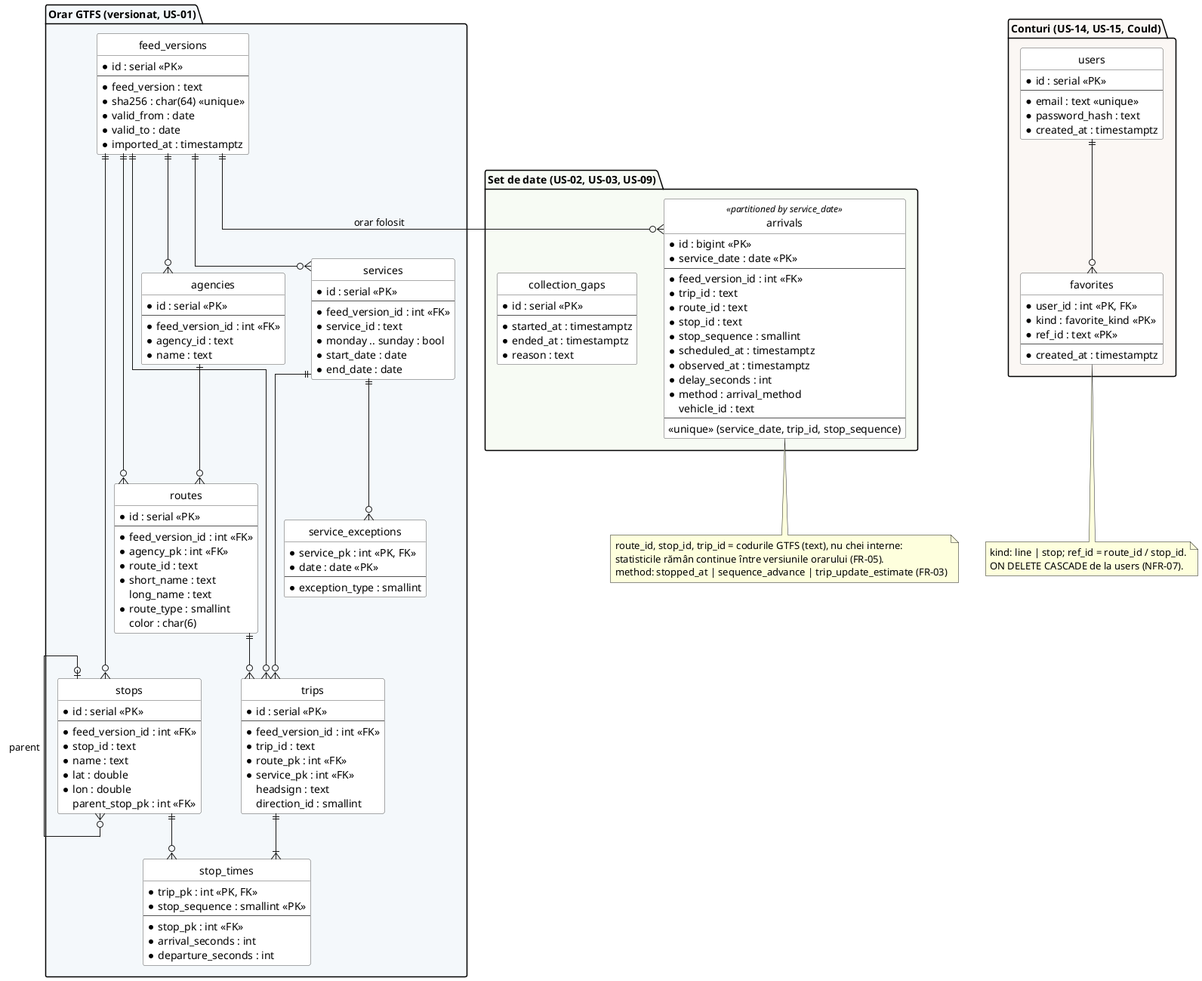
Before: docs/diagrams/erd.png, a diagram exported from PlantUML (andreiOpran/mops). The source it was exported from:
```plantuml
@startuml erd
hide circle
skinparam linetype ortho
skinparam shadowing false
skinparam class {
  BackgroundColor #FFFFFF
  BorderColor #555555
}

package "Orar GTFS (versionat, US-01)" #F4F8FB {
  entity feed_versions {
    * id : serial <<PK>>
    --
    * feed_version : text
    * sha256 : char(64) <<unique>>
    * valid_from : date
    * valid_to : date
    * imported_at : timestamptz
  }

  entity agencies {
    * id : serial <<PK>>
    --
    * feed_version_id : int <<FK>>
    * agency_id : text
    * name : text
  }

  entity routes {
    * id : serial <<PK>>
    --
    * feed_version_id : int <<FK>>
    * agency_pk : int <<FK>>
    * route_id : text
    * short_name : text
    long_name : text
    * route_type : smallint
    color : char(6)
  }

  entity stops {
    * id : serial <<PK>>
    --
    * feed_version_id : int <<FK>>
    * stop_id : text
    * name : text
    * lat : double
    * lon : double
    parent_stop_pk : int <<FK>>
  }

  entity services {
    * id : serial <<PK>>
    --
    * feed_version_id : int <<FK>>
    * service_id : text
    * monday .. sunday : bool
    * start_date : date
    * end_date : date
  }

  entity service_exceptions {
    * service_pk : int <<PK, FK>>
    * date : date <<PK>>
    --
    * exception_type : smallint
  }

  entity trips {
    * id : serial <<PK>>
    --
    * feed_version_id : int <<FK>>
    * trip_id : text
    * route_pk : int <<FK>>
    * service_pk : int <<FK>>
    headsign : text
    direction_id : smallint
  }

  entity stop_times {
    * trip_pk : int <<PK, FK>>
    * stop_sequence : smallint <<PK>>
    --
    * stop_pk : int <<FK>>
    * arrival_seconds : int
    * departure_seconds : int
  }
}

package "Set de date (US-02, US-03, US-09)" #F7FBF4 {
  entity arrivals <<partitioned by service_date>> {
    * id : bigint <<PK>>
    * service_date : date <<PK>>
    --
    * feed_version_id : int <<FK>>
    * trip_id : text
    * route_id : text
    * stop_id : text
    * stop_sequence : smallint
    * scheduled_at : timestamptz
    * observed_at : timestamptz
    * delay_seconds : int
    * method : arrival_method
    vehicle_id : text
    --
    <<unique>> (service_date, trip_id, stop_sequence)
  }

  entity collection_gaps {
    * id : serial <<PK>>
    --
    * started_at : timestamptz
    * ended_at : timestamptz
    * reason : text
  }
}

package "Conturi (US-14, US-15, Could)" #FBF7F4 {
  entity users {
    * id : serial <<PK>>
    --
    * email : text <<unique>>
    * password_hash : text
    * created_at : timestamptz
  }

  entity favorites {
    * user_id : int <<PK, FK>>
    * kind : favorite_kind <<PK>>
    * ref_id : text <<PK>>
    --
    * created_at : timestamptz
  }
}

feed_versions ||--o{ agencies
feed_versions ||--o{ routes
feed_versions ||--o{ stops
feed_versions ||--o{ services
feed_versions ||--o{ trips
agencies ||--o{ routes
stops |o--o{ stops : parent
services ||--o{ service_exceptions
services ||--o{ trips
routes ||--o{ trips
trips ||--|{ stop_times
stops ||--o{ stop_times
feed_versions ||--o{ arrivals : "orar folosit"
users ||--o{ favorites

note bottom of arrivals
  route_id, stop_id, trip_id = codurile GTFS (text), nu chei interne:
  statisticile rămân continue între versiunile orarului (FR-05).
  method: stopped_at | sequence_advance | trip_update_estimate (FR-03)
end note

note bottom of favorites
  kind: line | stop; ref_id = route_id / stop_id.
  ON DELETE CASCADE de la users (NFR-07).
end note
@enduml
```
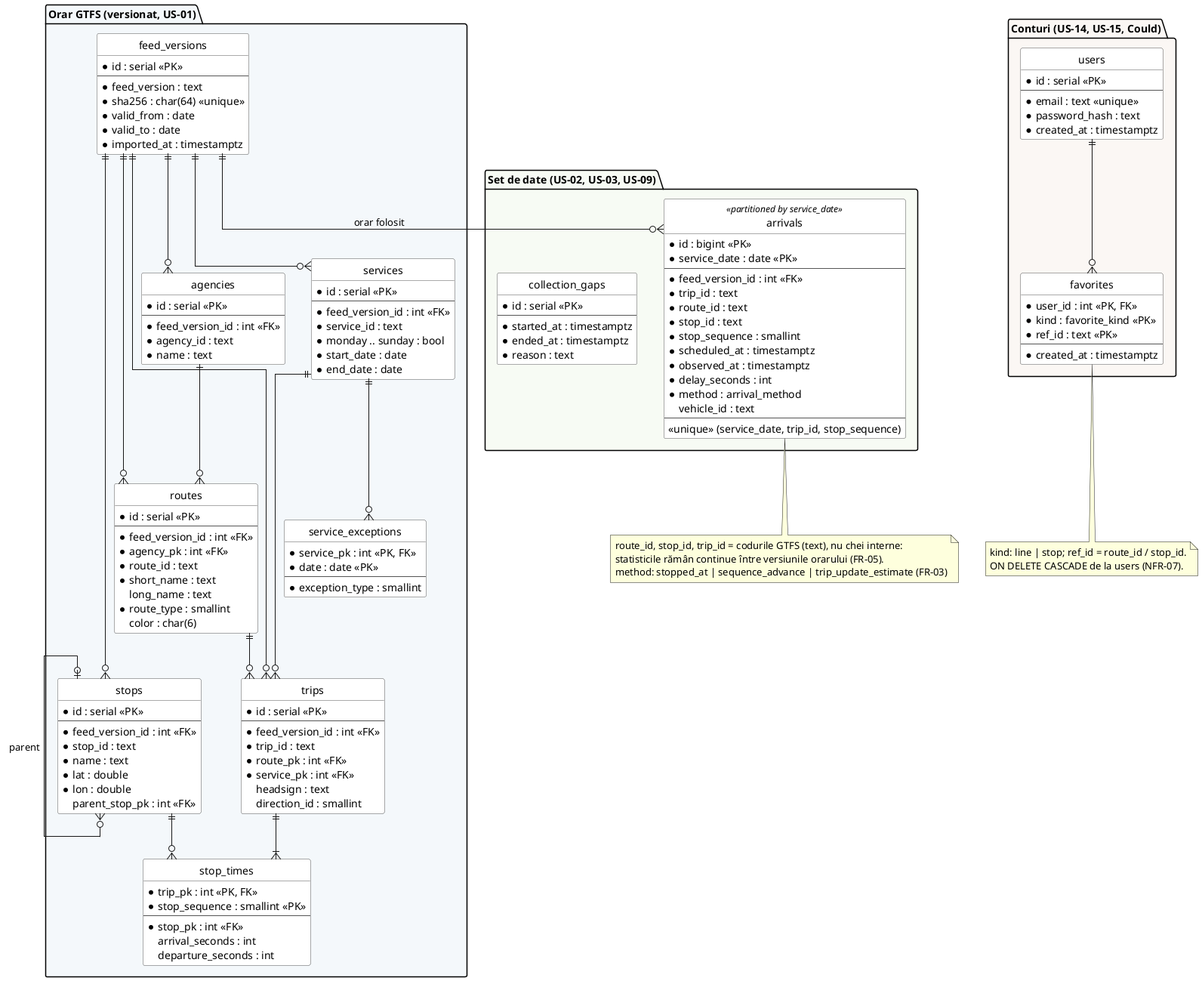
Later version of the same file.

Diff of the diagram source:
```diff
@@ -82,8 +82,8 @@
     * stop_sequence : smallint <<PK>>
     --
     * stop_pk : int <<FK>>
-    * arrival_seconds : int
-    * departure_seconds : int
+    arrival_seconds : int
+    departure_seconds : int
   }
 }
 
```
